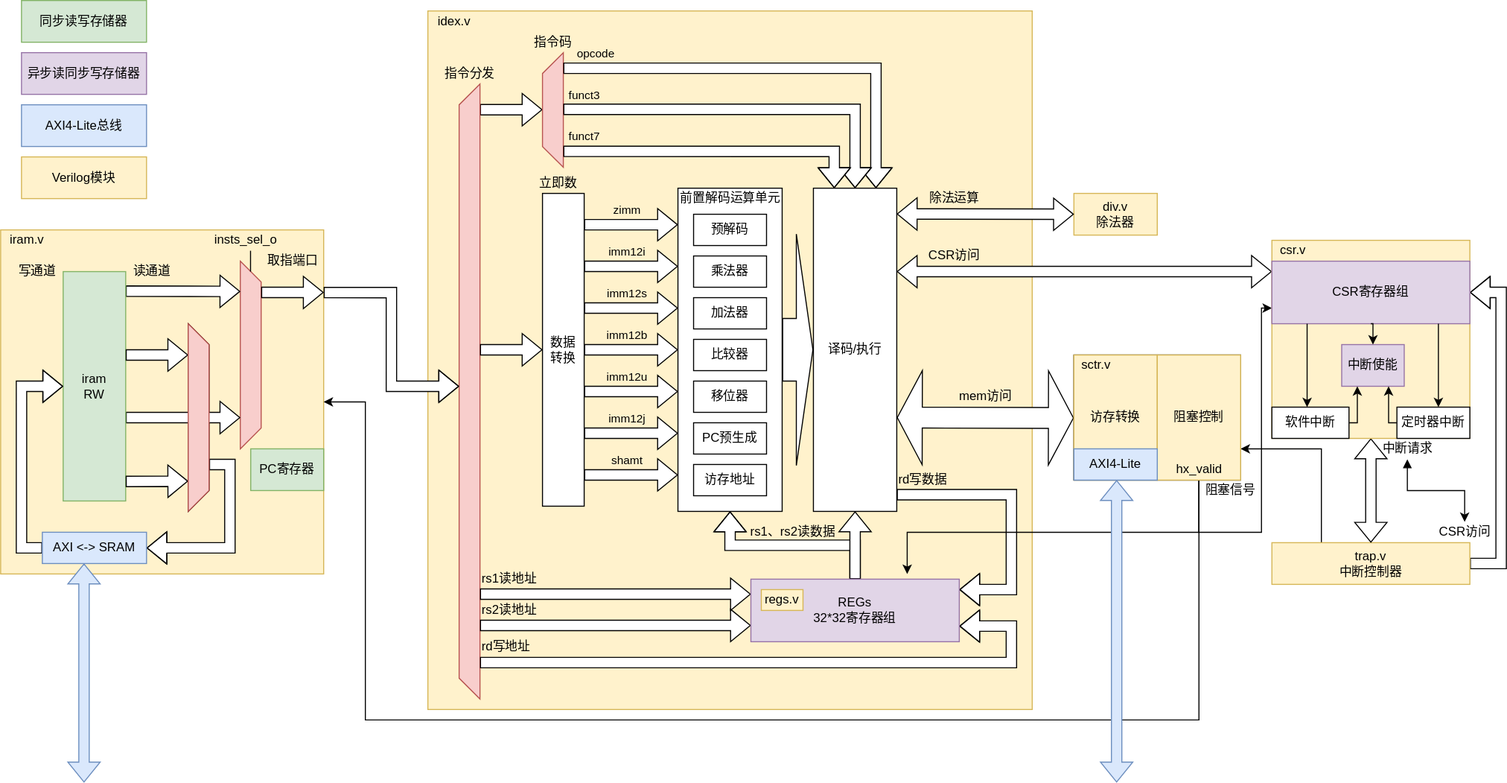
The draw.io diagram doc/图库/内核手册/内核原理图.svg in ZPNMiaoHeng/SparrowRV, before a commit. Source tidied: cells renumbered, new cells last; positions are measured from the earlier drawing's top-left corner, leaving out a move shared by most shapes.
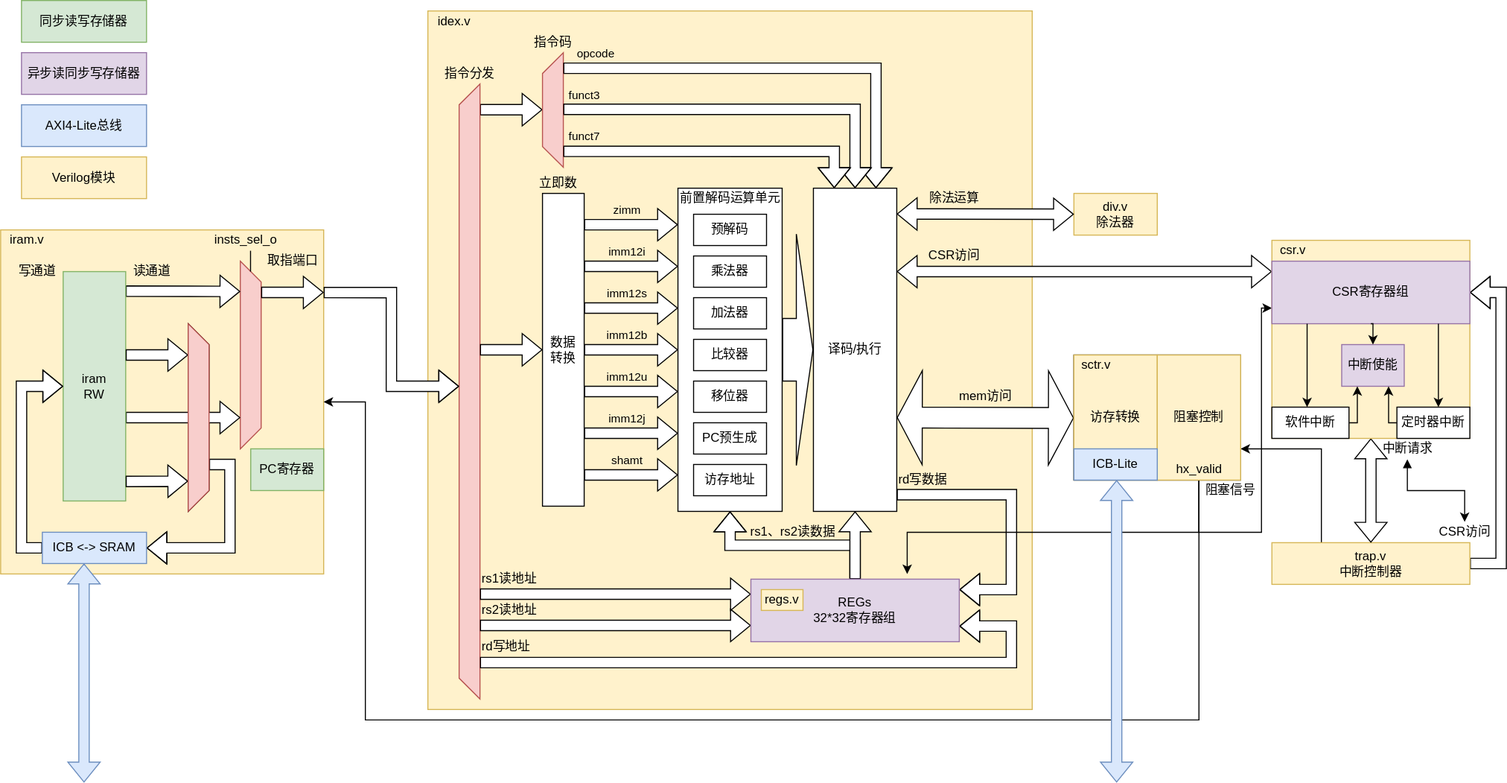
The same diagram one commit later.

Change to the diagram source:
```diff
@@ -78,7 +78,7 @@
     <mxCell id="18" style="edgeStyle=orthogonalEdgeStyle;shape=flexArrow;rounded=0;jettySize=auto;html=1;exitX=0;exitY=0.5;exitDx=0;exitDy=0;entryX=0;entryY=0.5;entryDx=0;entryDy=0;endArrow=classic;endFill=1;fillColor=default;" parent="1" edge="1" source="19" target="12">
       <mxGeometry relative="1" as="geometry" />
     </mxCell>
-    <mxCell id="19" value="AXI &amp;lt;-&amp;gt; SRAM" style="rounded=0;whiteSpace=wrap;html=1;fillColor=#dae8fc;strokeColor=#6c8ebf;" parent="1" vertex="1">
+    <mxCell id="19" value="ICB &amp;lt;-&amp;gt; SRAM" style="rounded=0;whiteSpace=wrap;html=1;fillColor=#dae8fc;strokeColor=#6c8ebf;" parent="1" vertex="1">
       <mxGeometry x="40" y="510" width="100" height="30" as="geometry" />
     </mxCell>
     <mxCell id="20" value="读通道" style="text;html=1;align=center;verticalAlign=middle;strokeColor=none;fillColor=none;" parent="1" vertex="1">
@@ -368,7 +368,7 @@
     <mxCell id="82" value="阻塞控制" style="rounded=0;whiteSpace=wrap;html=1;fillColor=#fff2cc;strokeColor=#d6b656;" parent="1" vertex="1">
       <mxGeometry x="1110" y="340" width="80" height="120" as="geometry" />
     </mxCell>
-    <mxCell id="83" value="AXI4-Lite" style="rounded=0;whiteSpace=wrap;html=1;fillColor=#dae8fc;strokeColor=#6c8ebf;" parent="1" vertex="1">
+    <mxCell id="83" value="ICB-Lite" style="rounded=0;whiteSpace=wrap;html=1;fillColor=#dae8fc;strokeColor=#6c8ebf;" parent="1" vertex="1">
       <mxGeometry x="1030" y="430" width="80" height="30" as="geometry" />
     </mxCell>
     <mxCell id="84" style="shape=flexArrow;endArrow=classic;startArrow=classic;html=1;rounded=0;fillColor=default;" parent="1" edge="1">
```
